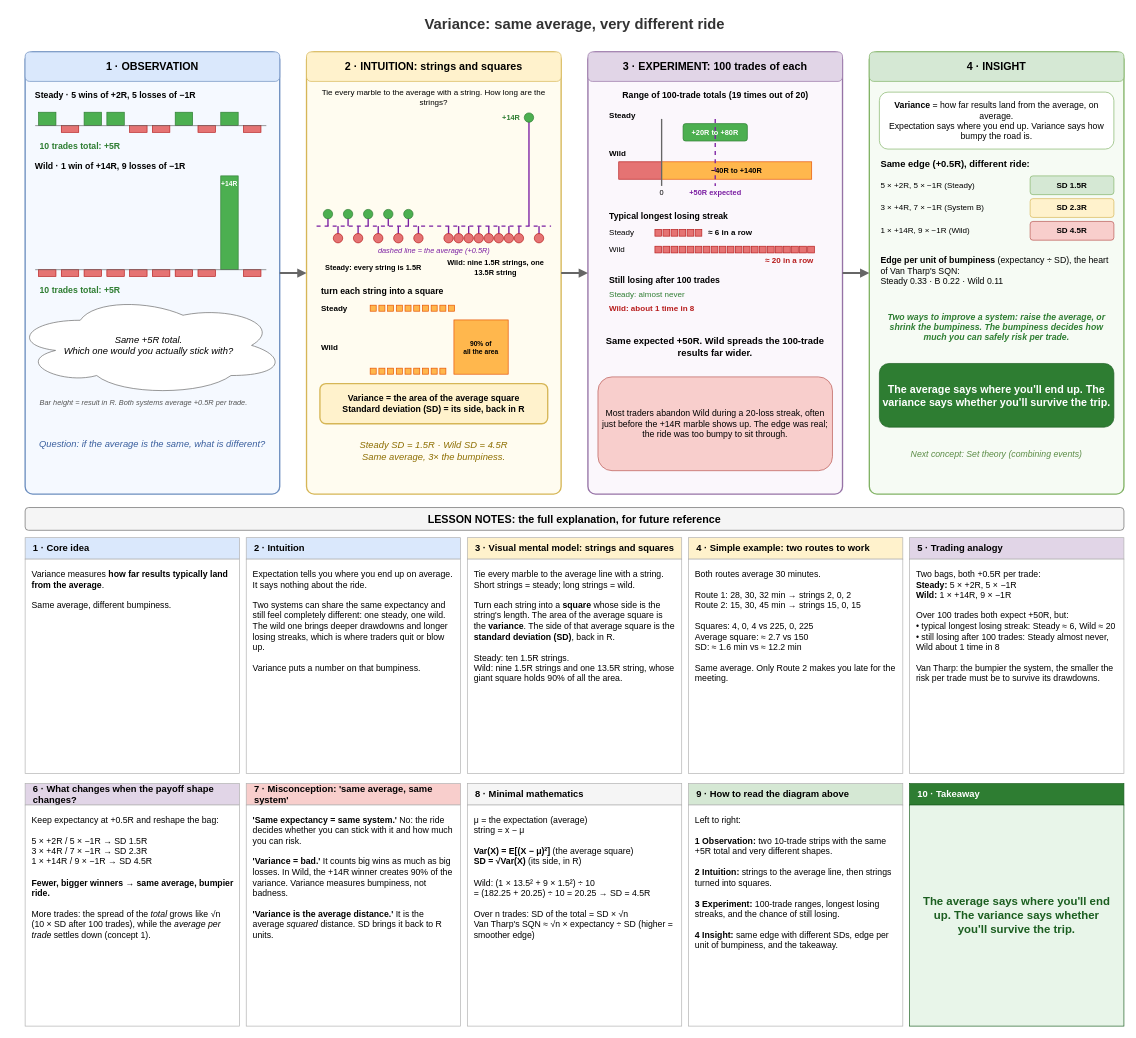
Earlier version of the draw.io diagram page "03 Variance" (3 of 3) of seeing-theory/01-basic-probability.drawio (raj-champaneriya-ibm/continuous-learning). Source tidied: cells renumbered, new cells numbered last; positions are measured from the earlier drawing's top-left corner, leaving out a move shared by most shapes. Both pictures are drawn from the tidied source at 67%, with x=0, y=0 at pixel (11, 11).
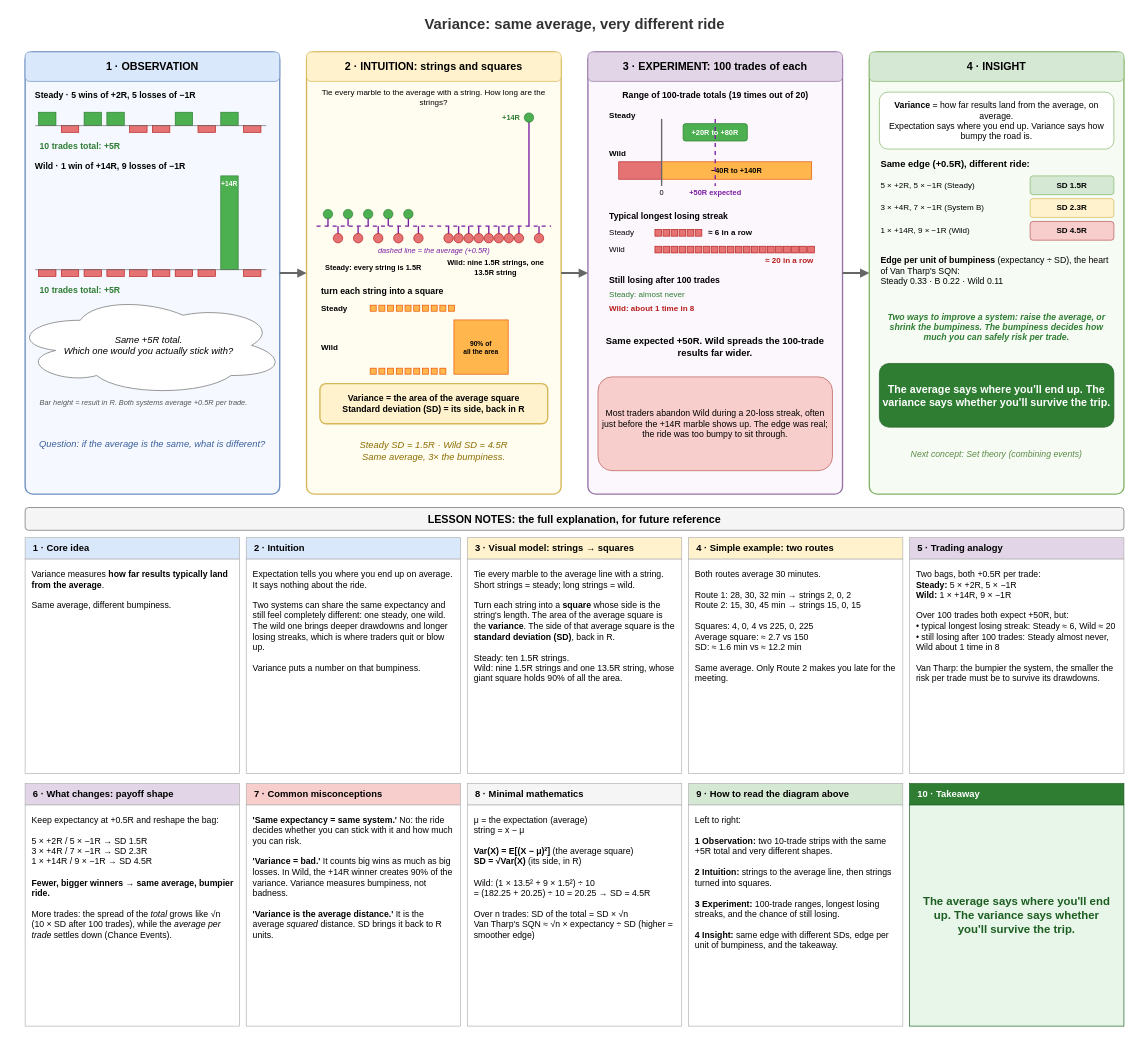
After the change.

Diff of the diagram source:
```diff
@@
-    <mxCell id="177" value="3 · Visual mental model: strings and squares" style="rounded=0;whiteSpace=wrap;html=1;fillColor=#fff2cc;strokeColor=#B0B0B0;align=left;spacingLeft=10;fontSize=14;fontStyle=1;" parent="1" vertex="1">
+    <mxCell id="177" value="3 · Visual model: strings → squares" style="rounded=0;whiteSpace=wrap;html=1;fillColor=#fff2cc;strokeColor=#B0B0B0;align=left;spacingLeft=10;fontSize=14;fontStyle=1;" parent="1" vertex="1">
       <mxGeometry x="680" y="785" width="320" height="32" as="geometry" />
     </mxCell>
@@
-    <mxCell id="179" value="4 · Simple example: two routes to work" style="rounded=0;whiteSpace=wrap;html=1;fillColor=#fff2cc;strokeColor=#B0B0B0;align=left;spacingLeft=10;fontSize=14;fontStyle=1;" parent="1" vertex="1">
+    <mxCell id="179" value="4 · Simple example: two routes" style="rounded=0;whiteSpace=wrap;html=1;fillColor=#fff2cc;strokeColor=#B0B0B0;align=left;spacingLeft=10;fontSize=14;fontStyle=1;" parent="1" vertex="1">
       <mxGeometry x="1010" y="785" width="320" height="32" as="geometry" />
     </mxCell>
@@
-    <mxCell id="183" value="6 · What changes when the payoff shape changes?" style="rounded=0;whiteSpace=wrap;html=1;fillColor=#e1d5e7;strokeColor=#B0B0B0;align=left;spacingLeft=10;fontSize=14;fontStyle=1;" parent="1" vertex="1">
+    <mxCell id="183" value="6 · What changes: payoff shape" style="rounded=0;whiteSpace=wrap;html=1;fillColor=#e1d5e7;strokeColor=#B0B0B0;align=left;spacingLeft=10;fontSize=14;fontStyle=1;" parent="1" vertex="1">
       <mxGeometry x="20" y="1152" width="320" height="32" as="geometry" />
     </mxCell>
-    <mxCell id="184" value="Keep expectancy at +0.5R and reshape the bag:&lt;br&gt;&lt;br&gt;5 × +2R / 5 × −1R → SD 1.5R&lt;br&gt;3 × +4R / 7 × −1R → SD 2.3R&lt;br&gt;1 × +14R / 9 × −1R → SD 4.5R&lt;br&gt;&lt;br&gt;&lt;b&gt;Fewer, bigger winners → same average, bumpier ride.&lt;/b&gt;&lt;br&gt;&lt;br&gt;More trades: the spread of the &lt;i&gt;total&lt;/i&gt; grows like √n (10 × SD after 100 trades), while the &lt;i&gt;average per trade&lt;/i&gt; settles down (concept 1)." style="rounded=0;whiteSpace=wrap;html=1;fillColor=#FFFFFF;strokeColor=#B0B0B0;align=left;verticalAlign=top;spacing=10;fontSize=13;" parent="1" vertex="1">
+    <mxCell id="184" value="Keep expectancy at +0.5R and reshape the bag:&lt;br&gt;&lt;br&gt;5 × +2R / 5 × −1R → SD 1.5R&lt;br&gt;3 × +4R / 7 × −1R → SD 2.3R&lt;br&gt;1 × +14R / 9 × −1R → SD 4.5R&lt;br&gt;&lt;br&gt;&lt;b&gt;Fewer, bigger winners → same average, bumpier ride.&lt;/b&gt;&lt;br&gt;&lt;br&gt;More trades: the spread of the &lt;i&gt;total&lt;/i&gt; grows like √n (10 × SD after 100 trades), while the &lt;i&gt;average per trade&lt;/i&gt; settles down (Chance Events)." style="rounded=0;whiteSpace=wrap;html=1;fillColor=#FFFFFF;strokeColor=#B0B0B0;align=left;verticalAlign=top;spacing=10;fontSize=13;" parent="1" vertex="1">
       <mxGeometry x="20" y="1184" width="320" height="330" as="geometry" />
     </mxCell>
-    <mxCell id="185" value="7 · Misconception: 'same average, same system'" style="rounded=0;whiteSpace=wrap;html=1;fillColor=#f8cecc;strokeColor=#B0B0B0;align=left;spacingLeft=10;fontSize=14;fontStyle=1;" parent="1" vertex="1">
+    <mxCell id="185" value="7 · Common misconceptions" style="rounded=0;whiteSpace=wrap;html=1;fillColor=#f8cecc;strokeColor=#B0B0B0;align=left;spacingLeft=10;fontSize=14;fontStyle=1;" parent="1" vertex="1">
       <mxGeometry x="350" y="1152" width="320" height="32" as="geometry" />
     </mxCell>
```
